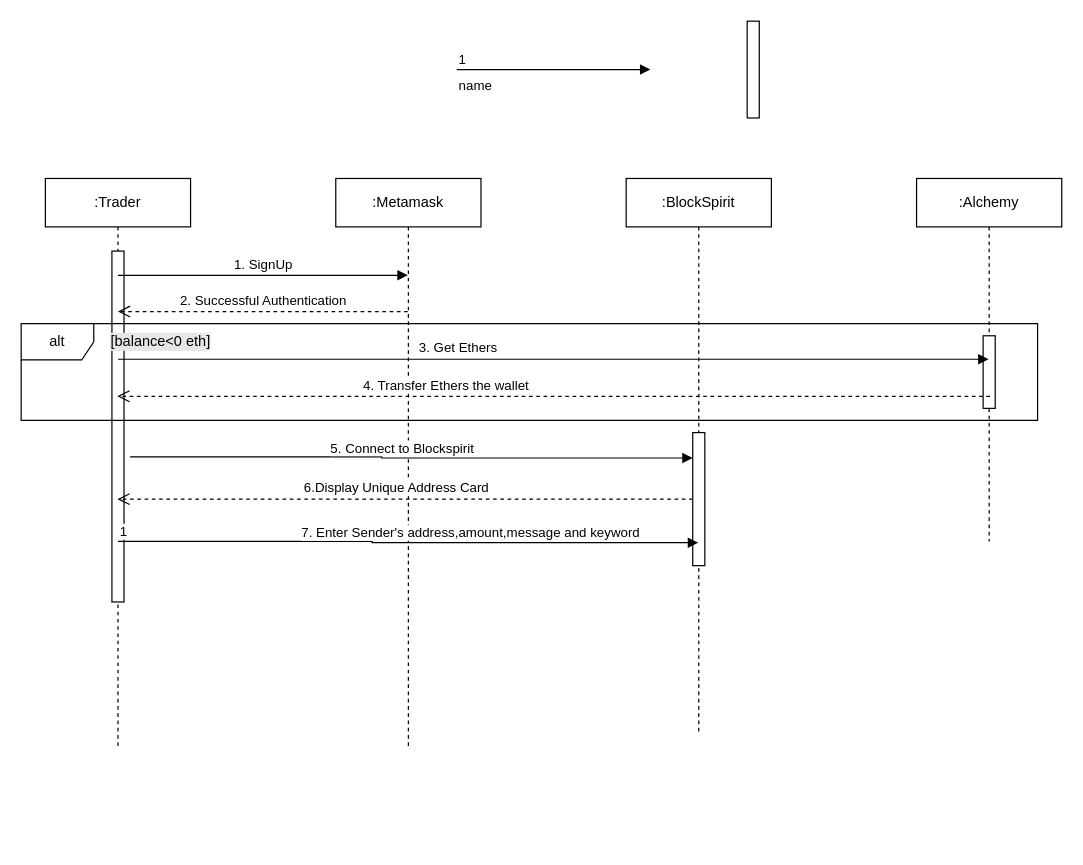
Before: useCase.drawio in CODEX108/Computer-Security, a draw.io diagram. Source tidied: cells renumbered, new cells numbered last; positions are measured from the earlier drawing's top-left corner, leaving out a move shared by most shapes. Both pictures are drawn from the tidied source at 121%, with x=0, y=0 at pixel (21, 21).
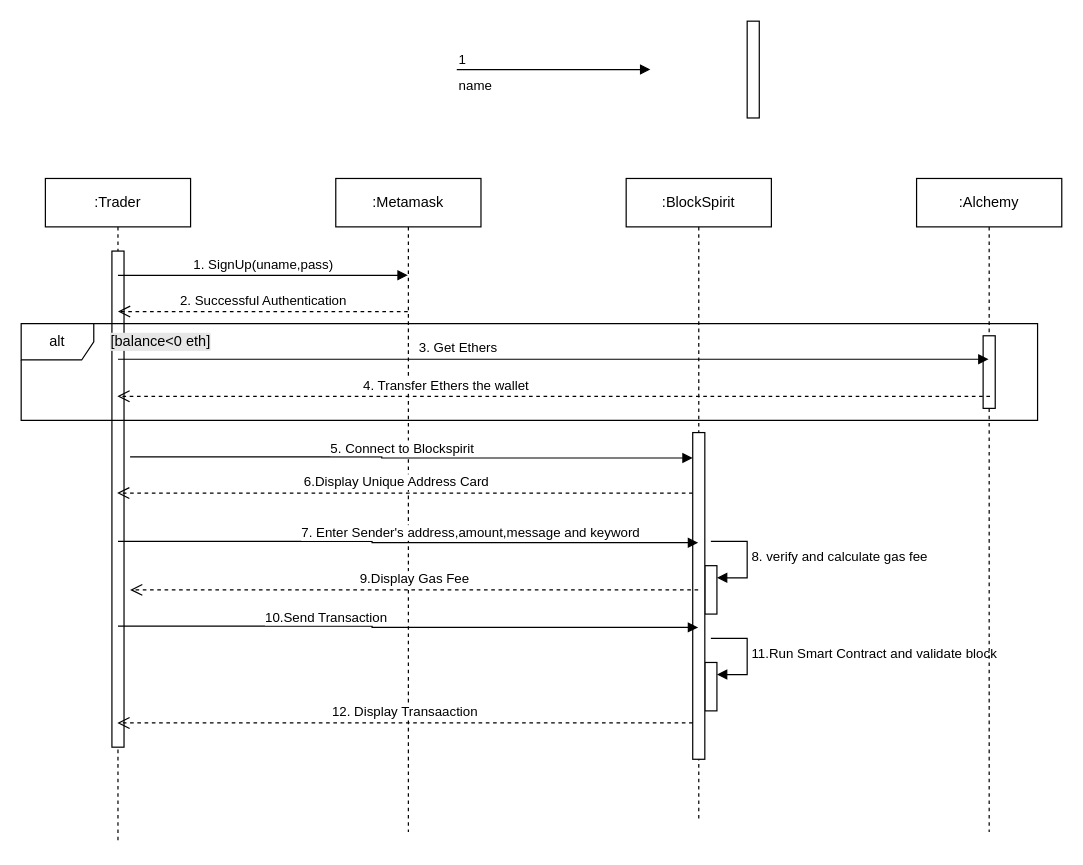
After the change.

Commit message:
pre fin

Unchanged cells that the change refers to:
```xml
<mxCell id="21" value="7. Enter Sender's address,amount,message and keyword" style="endArrow=block;endFill=1;html=1;edgeStyle=orthogonalEdgeStyle;align=left;verticalAlign=top;rounded=0;" parent="1" edge="1" target="4">
  <mxGeometry x="-0.38" y="20" relative="1" as="geometry">
    <mxPoint x="80" y="430" as="sourcePoint" />
    <Array as="points">
      <mxPoint x="290" y="431" />
    </Array>
    <mxPoint x="1" as="offset" />
  </mxGeometry>
</mxCell>
```

Change to the diagram source:
```diff
@@
     <mxCell id="2" value=":Trader" style="shape=umlLifeline;perimeter=lifelinePerimeter;whiteSpace=wrap;html=1;outlineConnect=0;portConstraint=eastwest;newEdgeStyle={&quot;curved&quot;:0,&quot;rounded&quot;:0};" parent="1" vertex="1">
-      <mxGeometry x="20" y="130" width="120" height="470" as="geometry" />
+      <mxGeometry x="20" y="130" width="120" height="550" as="geometry" />
     </mxCell>
     <mxCell id="3" style="html=1;perimeter=orthogonalPerimeter;targetShapes=umlLifeline;newEdgeStyle={&quot;curved&quot;:0,&quot;rounded&quot;:0};" parent="2" vertex="1">
-      <mxGeometry x="55" y="60" width="10" height="290" as="geometry" />
+      <mxGeometry x="55" y="60" width="10" height="410" as="geometry" />
     </mxCell>
     <mxCell id="4" value=":BlockSpirit" style="shape=umlLifeline;perimeter=lifelinePerimeter;whiteSpace=wrap;html=1;outlineConnect=0;portConstraint=eastwest;newEdgeStyle={&quot;curved&quot;:0,&quot;rounded&quot;:0};" parent="1" vertex="1">
-      <mxGeometry x="500" y="130" width="120" height="460" as="geometry" />
+      <mxGeometry x="500" y="130" width="120" height="530" as="geometry" />
     </mxCell>
+    <mxCell id="23" style="html=1;points=[[0,0,0,0,5],[0,1,0,0,-5],[1,0,0,0,5],[1,1,0,0,-5]];perimeter=orthogonalPerimeter;outlineConnect=0;targetShapes=umlLifeline;portConstraint=eastwest;newEdgeStyle={&quot;curved&quot;:0,&quot;rounded&quot;:0};" parent="4" vertex="1">
+      <mxGeometry x="65" y="320" width="10" height="40" as="geometry" />
+    </mxCell>
+    <mxCell id="24" value="8. verify and calculate gas fee" style="html=1;align=left;spacingLeft=2;endArrow=block;rounded=0;edgeStyle=orthogonalEdgeStyle;curved=0;rounded=0;" parent="4" edge="1" target="23">
+      <mxGeometry relative="1" as="geometry">
+        <mxPoint x="70" y="300" as="sourcePoint" />
+        <Array as="points">
+          <mxPoint x="100" y="330" />
+        </Array>
+      </mxGeometry>
+    </mxCell>
+    <mxCell id="25" style="html=1;points=[[0,0,0,0,5],[0,1,0,0,-5],[1,0,0,0,5],[1,1,0,0,-5]];perimeter=orthogonalPerimeter;outlineConnect=0;targetShapes=umlLifeline;portConstraint=eastwest;newEdgeStyle={&quot;curved&quot;:0,&quot;rounded&quot;:0};" parent="4" vertex="1">
+      <mxGeometry x="65" y="400" width="10" height="40" as="geometry" />
+    </mxCell>
+    <mxCell id="26" value="11.Run Smart Contract and validate block" style="html=1;align=left;spacingLeft=2;endArrow=block;rounded=0;edgeStyle=orthogonalEdgeStyle;curved=0;rounded=0;" parent="4" edge="1" target="25">
+      <mxGeometry relative="1" as="geometry">
+        <mxPoint x="70" y="380" as="sourcePoint" />
+        <Array as="points">
+          <mxPoint x="100" y="410" />
+        </Array>
+      </mxGeometry>
+    </mxCell>
     <mxCell id="5" value=":Metamask" style="shape=umlLifeline;perimeter=lifelinePerimeter;whiteSpace=wrap;html=1;outlineConnect=0;portConstraint=eastwest;newEdgeStyle={&quot;curved&quot;:0,&quot;rounded&quot;:0};" parent="1" vertex="1">
-      <mxGeometry x="260" y="130" width="120" height="470" as="geometry" />
+      <mxGeometry x="260" y="130" width="120" height="540" as="geometry" />
     </mxCell>
     <mxCell id="6" value=":Alchemy" style="shape=umlLifeline;perimeter=lifelinePerimeter;whiteSpace=wrap;html=1;newEdgeStyle={&quot;curved&quot;:0,&quot;rounded&quot;:0};" parent="1" vertex="1">
-      <mxGeometry x="740" y="130" width="120" height="300" as="geometry" />
+      <mxGeometry x="740" y="130" width="120" height="540" as="geometry" />
     </mxCell>
@@
-    <mxCell id="12" value="1. SignUp" style="html=1;verticalAlign=bottom;endArrow=block;curved=0;rounded=0;" parent="1" edge="1" target="5">
+    <mxCell id="12" value="1. SignUp(uname,pass)" style="html=1;verticalAlign=bottom;endArrow=block;curved=0;rounded=0;" parent="1" edge="1" target="5">
       <mxGeometry relative="1" as="geometry">
         <mxPoint x="80" y="210" as="sourcePoint" />
       </mxGeometry>
     </mxCell>
@@
-    <mxCell id="18" value="6.Display Unique Address Card" style="html=1;verticalAlign=bottom;endArrow=open;dashed=1;endSize=8;curved=0;rounded=0;" parent="1" edge="1" source="20" target="2">
-      <mxGeometry x="0.03" relative="1" as="geometry" />
+    <mxCell id="18" value="6.Display Unique Address Card" style="html=1;verticalAlign=bottom;endArrow=open;dashed=1;endSize=8;curved=0;rounded=0;" parent="1" edge="1">
+      <mxGeometry x="0.03" relative="1" as="geometry">
+        <mxPoint x="555" y="390" as="sourcePoint" />
+        <mxPoint x="79.3" y="390" as="targetPoint" />
+      </mxGeometry>
     </mxCell>
@@
     <mxCell id="20" style="html=1;points=[[0,0,0,0,5],[0,1,0,0,-5],[1,0,0,0,5],[1,1,0,0,-5]];perimeter=orthogonalPerimeter;outlineConnect=0;targetShapes=umlLifeline;portConstraint=eastwest;newEdgeStyle={&quot;curved&quot;:0,&quot;rounded&quot;:0};" parent="1" vertex="1">
-      <mxGeometry x="555" y="340" width="10" height="110" as="geometry" />
+      <mxGeometry x="555" y="340" width="10" height="270" as="geometry" />
     </mxCell>
@@
-    <mxCell id="22" value="1" style="edgeLabel;html=1;align=left;verticalAlign=bottom;" parent="21" vertex="1">
-      <mxGeometry x="-1" relative="1" as="geometry" />
-    </mxCell>
+    <mxCell id="27" value="9.Display Gas Fee" style="html=1;verticalAlign=bottom;endArrow=open;dashed=1;endSize=8;curved=0;rounded=0;" parent="1" edge="1" source="4">
+      <mxGeometry relative="1" as="geometry">
+        <mxPoint x="90" y="470" as="targetPoint" />
+      </mxGeometry>
+    </mxCell>
+    <mxCell id="28" value="10.Send Transaction" style="endArrow=block;endFill=1;html=1;edgeStyle=orthogonalEdgeStyle;align=left;verticalAlign=top;rounded=0;" parent="1" edge="1" target="4">
+      <mxGeometry x="-0.5" y="20" relative="1" as="geometry">
+        <mxPoint x="80" y="500" as="sourcePoint" />
+        <Array as="points">
+          <mxPoint x="290" y="501" />
+        </Array>
+      </mxGeometry>
+    </mxCell>
+    <mxCell id="29" value="12. Display Transaaction" style="html=1;verticalAlign=bottom;endArrow=open;dashed=1;endSize=8;curved=0;rounded=0;" parent="1" edge="1" target="2">
+      <mxGeometry relative="1" as="geometry">
+        <mxPoint x="555" y="580" as="sourcePoint" />
+      </mxGeometry>
+    </mxCell>
```
